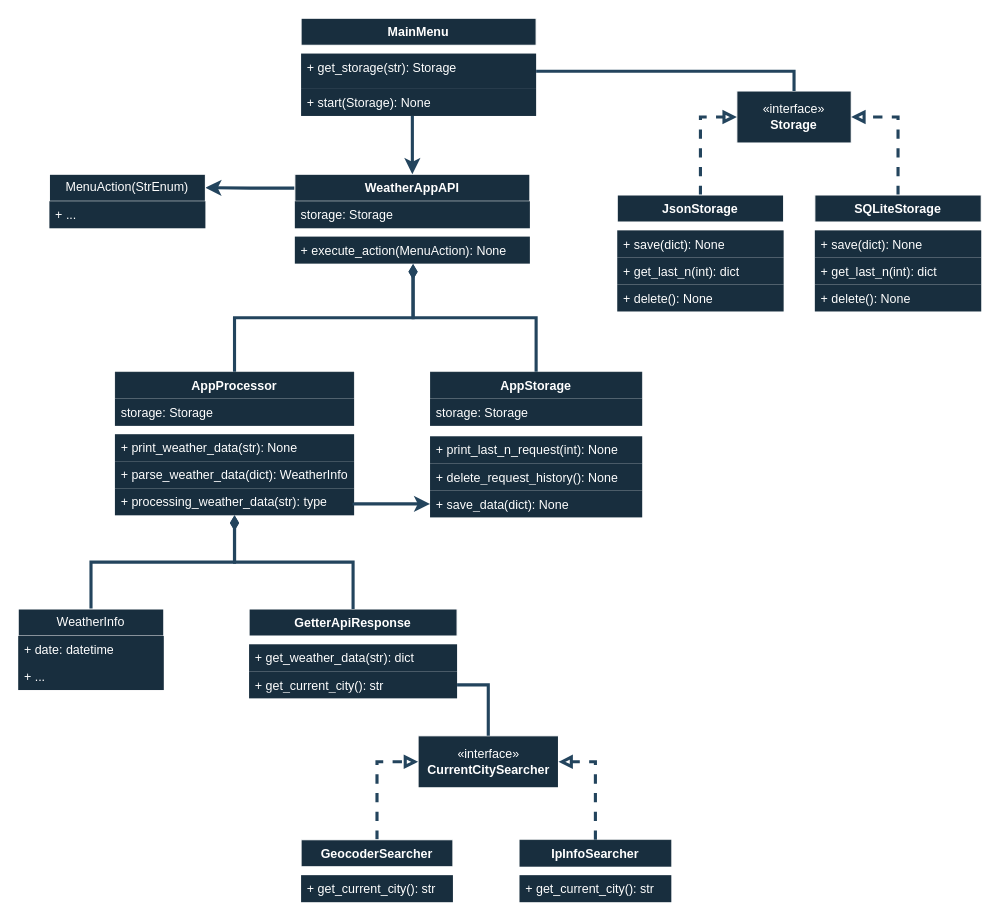
Before: page "upper_level" (2 of 5) of Weather App.drawio in CBeredIOk/Weather_App, a draw.io diagram. Source tidied: cells renumbered, new cells numbered last; positions are measured from the earlier drawing's top-left corner, leaving out a move shared by most shapes. Both pictures are drawn from the tidied source at 104%, with x=0, y=0 at pixel (18, 18).
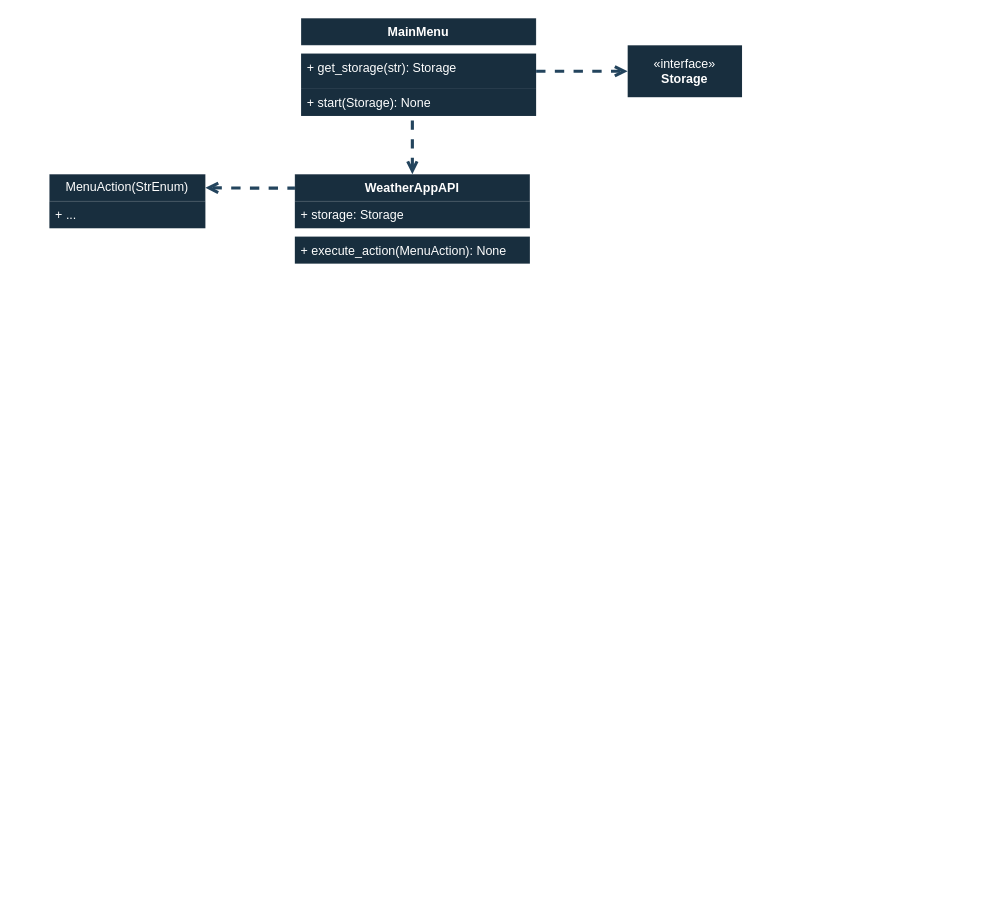
The same diagram, later.

Unchanged cells that the change refers to:
```xml
<mxCell id="4" value="+ get_storage(str): Storage" style="text;strokeColor=none;fillColor=#182E3E;align=left;verticalAlign=top;spacingLeft=4;spacingRight=4;overflow=hidden;points=[[0,0.5],[1,0.5]];portConstraint=eastwest;whiteSpace=wrap;html=1;labelBackgroundColor=none;fontColor=#FFFFFF;" parent="2" vertex="1">
  <mxGeometry y="34" width="226" height="34" as="geometry" />
</mxCell>
<mxCell id="48" value="+ execute_action(MenuAction): None" style="text;strokeColor=none;fillColor=#182E3E;align=left;verticalAlign=top;spacingLeft=4;spacingRight=4;overflow=hidden;points=[[0,0.5],[1,0.5]];portConstraint=eastwest;whiteSpace=wrap;html=1;labelBackgroundColor=none;fontColor=#FFFFFF;" parent="45" vertex="1">
  <mxGeometry y="60" width="226" height="26" as="geometry" />
</mxCell>
```

Change to the diagram source:
```diff
@@
-    <mxCell id="2" value="MainMenu" style="swimlane;fontStyle=1;align=center;verticalAlign=top;horizontal=1;startSize=26;whiteSpace=wrap;html=1;labelBackgroundColor=none;fillColor=#182E3E;strokeColor=#FFFFFF;fontColor=#FFFFFF;" parent="1" vertex="1">
+    <mxCell id="2" value="MainMenu" style="swimlane;fontStyle=1;align=center;verticalAlign=top;horizontal=1;startSize=26;whiteSpace=wrap;html=1;labelBackgroundColor=none;fillColor=#182E3E;strokeColor=#FFFFFF;fontColor=#FFFFFF;strokeWidth=0;" parent="1" vertex="1">
       <mxGeometry x="272" width="226" height="94" as="geometry" />
     </mxCell>
@@
-    <mxCell id="6" value="GetterApiResponse" style="swimlane;fontStyle=1;align=center;verticalAlign=top;horizontal=1;startSize=26;whiteSpace=wrap;html=1;labelBackgroundColor=none;fillColor=#182E3E;strokeColor=#FFFFFF;fontColor=#FFFFFF;" parent="1" vertex="1">
-      <mxGeometry x="222" y="568" width="200" height="86" as="geometry" />
-    </mxCell>
-    <mxCell id="7" style="line;strokeWidth=1;fillColor=none;align=left;verticalAlign=middle;spacingTop=-1;spacingLeft=3;spacingRight=3;labelPosition=right;strokeColor=#FFFFFF;labelBackgroundColor=none;fontColor=#FFFFFF;" parent="6" vertex="1">
-      <mxGeometry y="26" width="200" height="8" as="geometry" />
-    </mxCell>
-    <mxCell id="8" value="+ get_weather_data(str): dict" style="text;strokeColor=none;fillColor=#182E3E;align=left;verticalAlign=top;spacingLeft=4;spacingRight=4;overflow=hidden;whiteSpace=wrap;html=1;labelBackgroundColor=none;fontColor=#FFFFFF;" parent="6" vertex="1">
-      <mxGeometry y="34" width="200" height="26" as="geometry" />
-    </mxCell>
-    <mxCell id="9" value="+ get_current_city(): str" style="text;strokeColor=none;fillColor=#182E3E;align=left;verticalAlign=top;spacingLeft=4;spacingRight=4;overflow=hidden;points=[[0,0.5],[1,0.5]];portConstraint=eastwest;whiteSpace=wrap;html=1;labelBackgroundColor=none;fontColor=#FFFFFF;" parent="6" vertex="1">
-      <mxGeometry y="60" width="200" height="26" as="geometry" />
-    </mxCell>
-    <mxCell id="10" value="AppProcessor" style="swimlane;fontStyle=1;align=center;verticalAlign=top;horizontal=1;startSize=26;whiteSpace=wrap;html=1;labelBackgroundColor=none;fillColor=#182E3E;strokeColor=#FFFFFF;fontColor=#FFFFFF;strokeWidth=0;" parent="1" vertex="1">
-      <mxGeometry x="93" y="340" width="230" height="138" as="geometry" />
-    </mxCell>
-    <mxCell id="11" value="storage: Storage" style="text;strokeColor=none;fillColor=#182E3E;align=left;verticalAlign=top;spacingLeft=4;spacingRight=4;overflow=hidden;whiteSpace=wrap;html=1;labelBackgroundColor=none;fontColor=#FFFFFF;" parent="10" vertex="1">
-      <mxGeometry y="26" width="230" height="26" as="geometry" />
-    </mxCell>
-    <mxCell id="12" style="line;strokeWidth=1;fillColor=none;align=left;verticalAlign=middle;spacingTop=-1;spacingLeft=3;spacingRight=3;labelPosition=right;strokeColor=#FFFFFF;labelBackgroundColor=none;fontColor=#FFFFFF;" parent="10" vertex="1">
-      <mxGeometry y="52" width="230" height="8" as="geometry" />
-    </mxCell>
-    <mxCell id="13" value="+ print_weather_data(str): None" style="text;strokeColor=none;fillColor=#182E3E;align=left;verticalAlign=top;spacingLeft=4;spacingRight=4;overflow=hidden;whiteSpace=wrap;html=1;labelBackgroundColor=none;fontColor=#FFFFFF;" parent="10" vertex="1">
-      <mxGeometry y="60" width="230" height="26" as="geometry" />
-    </mxCell>
-    <mxCell id="14" value="+ parse_weather_data(dict): WeatherInfo" style="text;strokeColor=none;fillColor=#182E3E;align=left;verticalAlign=top;spacingLeft=4;spacingRight=4;overflow=hidden;whiteSpace=wrap;html=1;labelBackgroundColor=none;fontColor=#FFFFFF;" parent="10" vertex="1">
-      <mxGeometry y="86" width="230" height="26" as="geometry" />
-    </mxCell>
-    <mxCell id="15" value="+ processing_weather_data(str): type" style="text;strokeColor=none;fillColor=#182E3E;align=left;verticalAlign=top;spacingLeft=4;spacingRight=4;overflow=hidden;whiteSpace=wrap;html=1;labelBackgroundColor=none;fontColor=#FFFFFF;" parent="10" vertex="1">
-      <mxGeometry y="112" width="230" height="26" as="geometry" />
-    </mxCell>
-    <mxCell id="16" value="AppStorage" style="swimlane;fontStyle=1;align=center;verticalAlign=top;horizontal=1;startSize=26;whiteSpace=wrap;html=1;labelBackgroundColor=none;fillColor=#182E3E;strokeColor=#FFFFFF;fontColor=#FFFFFF;strokeWidth=0;" parent="1" vertex="1">
-      <mxGeometry x="396" y="340" width="204" height="140" as="geometry" />
-    </mxCell>
-    <mxCell id="17" value="storage: Storage" style="text;strokeColor=none;fillColor=#182E3E;align=left;verticalAlign=top;spacingLeft=4;spacingRight=4;overflow=hidden;whiteSpace=wrap;html=1;labelBackgroundColor=none;fontColor=#FFFFFF;" parent="16" vertex="1">
-      <mxGeometry y="26" width="204" height="26" as="geometry" />
-    </mxCell>
-    <mxCell id="18" style="line;strokeWidth=1;fillColor=none;align=left;verticalAlign=middle;spacingTop=-1;spacingLeft=3;spacingRight=3;labelPosition=right;strokeColor=#FFFFFF;labelBackgroundColor=none;fontColor=#FFFFFF;" parent="16" vertex="1">
-      <mxGeometry y="52" width="204" height="10" as="geometry" />
-    </mxCell>
-    <mxCell id="19" value="+ print_last_n_request(int): None" style="text;strokeColor=none;fillColor=#182E3E;align=left;verticalAlign=top;spacingLeft=4;spacingRight=4;overflow=hidden;whiteSpace=wrap;html=1;labelBackgroundColor=none;fontColor=#FFFFFF;" parent="16" vertex="1">
-      <mxGeometry y="62" width="204" height="26" as="geometry" />
-    </mxCell>
-    <mxCell id="20" value="+ delete_request_history(): None" style="text;strokeColor=none;fillColor=#182E3E;align=left;verticalAlign=top;spacingLeft=4;spacingRight=4;overflow=hidden;whiteSpace=wrap;html=1;labelBackgroundColor=none;fontColor=#FFFFFF;" parent="16" vertex="1">
-      <mxGeometry y="88" width="204" height="26" as="geometry" />
-    </mxCell>
-    <mxCell id="21" value="+ save_data(dict): None" style="text;strokeColor=none;fillColor=#182E3E;align=left;verticalAlign=top;spacingLeft=4;spacingRight=4;overflow=hidden;points=[[0,0.5],[1,0.5]];portConstraint=eastwest;whiteSpace=wrap;html=1;labelBackgroundColor=none;fontColor=#FFFFFF;" parent="16" vertex="1">
-      <mxGeometry y="114" width="204" height="26" as="geometry" />
-    </mxCell>
-    <mxCell id="22" value="«interface»&lt;br&gt;&lt;b&gt;Storage&lt;/b&gt;" style="html=1;whiteSpace=wrap;labelBackgroundColor=none;fillColor=#182E3E;strokeColor=#FFFFFF;fontColor=#FFFFFF;" parent="1" vertex="1">
-      <mxGeometry x="691" y="70" width="110" height="50" as="geometry" />
+    <mxCell id="22" value="«interface»&lt;br&gt;&lt;b&gt;Storage&lt;/b&gt;" style="html=1;whiteSpace=wrap;labelBackgroundColor=none;fillColor=#182E3E;strokeColor=#FFFFFF;fontColor=#FFFFFF;strokeWidth=0;" parent="1" vertex="1">
+      <mxGeometry x="586" y="26" width="110" height="50" as="geometry" />
     </mxCell>
-    <mxCell id="23" style="edgeStyle=orthogonalEdgeStyle;rounded=0;jettySize=auto;html=1;exitX=0.5;exitY=0;exitDx=0;exitDy=0;entryX=0;entryY=0.5;entryDx=0;entryDy=0;endArrow=block;endFill=0;dashed=1;labelBackgroundColor=none;strokeColor=#23445D;fontColor=default;strokeWidth=3;" parent="1" edge="1" source="24" target="22">
-      <mxGeometry relative="1" as="geometry" />
-    </mxCell>
-    <mxCell id="24" value="JsonStorage" style="swimlane;fontStyle=1;align=center;verticalAlign=top;horizontal=1;startSize=26;whiteSpace=wrap;html=1;labelBackgroundColor=none;fillColor=#182E3E;strokeColor=#FFFFFF;fontColor=#FFFFFF;" parent="1" vertex="1">
-      <mxGeometry x="576" y="170" width="160" height="112" as="geometry" />
-    </mxCell>
-    <mxCell id="25" style="line;strokeWidth=1;fillColor=none;align=left;verticalAlign=middle;spacingTop=-1;spacingLeft=3;spacingRight=3;labelPosition=right;strokeColor=#FFFFFF;labelBackgroundColor=none;fontColor=#FFFFFF;" parent="24" vertex="1">
-      <mxGeometry y="26" width="160" height="8" as="geometry" />
-    </mxCell>
-    <mxCell id="26" value="+ save(dict): None" style="text;strokeColor=none;fillColor=#182E3E;align=left;verticalAlign=top;spacingLeft=4;spacingRight=4;overflow=hidden;whiteSpace=wrap;html=1;labelBackgroundColor=none;fontColor=#FFFFFF;" parent="24" vertex="1">
-      <mxGeometry y="34" width="160" height="26" as="geometry" />
-    </mxCell>
-    <mxCell id="27" value="+ get_last_n(int): dict" style="text;strokeColor=none;fillColor=#182E3E;align=left;verticalAlign=top;spacingLeft=4;spacingRight=4;overflow=hidden;whiteSpace=wrap;html=1;labelBackgroundColor=none;fontColor=#FFFFFF;" parent="24" vertex="1">
-      <mxGeometry y="60" width="160" height="26" as="geometry" />
-    </mxCell>
-    <mxCell id="28" value="+ delete(): None" style="text;strokeColor=none;fillColor=#182E3E;align=left;verticalAlign=top;spacingLeft=4;spacingRight=4;overflow=hidden;whiteSpace=wrap;html=1;labelBackgroundColor=none;fontColor=#FFFFFF;" parent="24" vertex="1">
-      <mxGeometry y="86" width="160" height="26" as="geometry" />
-    </mxCell>
-    <mxCell id="29" style="edgeStyle=orthogonalEdgeStyle;rounded=0;jettySize=auto;html=1;exitX=0.5;exitY=0;exitDx=0;exitDy=0;entryX=1;entryY=0.5;entryDx=0;entryDy=0;dashed=1;endArrow=block;endFill=0;labelBackgroundColor=none;strokeColor=#23445D;fontColor=default;strokeWidth=3;" parent="1" edge="1" source="30" target="22">
-      <mxGeometry relative="1" as="geometry" />
-    </mxCell>
-    <mxCell id="30" value="SQLiteStorage" style="swimlane;fontStyle=1;align=center;verticalAlign=top;horizontal=1;startSize=26;whiteSpace=wrap;html=1;labelBackgroundColor=none;fillColor=#182E3E;strokeColor=#FFFFFF;fontColor=#FFFFFF;" parent="1" vertex="1">
-      <mxGeometry x="766" y="170" width="160" height="112" as="geometry" />
-    </mxCell>
-    <mxCell id="31" style="line;strokeWidth=1;fillColor=none;align=left;verticalAlign=middle;spacingTop=-1;spacingLeft=3;spacingRight=3;labelPosition=right;strokeColor=#FFFFFF;labelBackgroundColor=none;fontColor=#FFFFFF;" parent="30" vertex="1">
-      <mxGeometry y="26" width="160" height="8" as="geometry" />
-    </mxCell>
-    <mxCell id="32" value="+ save(dict): None" style="text;strokeColor=none;fillColor=#182E3E;align=left;verticalAlign=top;spacingLeft=4;spacingRight=4;overflow=hidden;whiteSpace=wrap;html=1;labelBackgroundColor=none;fontColor=#FFFFFF;" parent="30" vertex="1">
-      <mxGeometry y="34" width="160" height="26" as="geometry" />
-    </mxCell>
-    <mxCell id="33" value="+ get_last_n(int): dict" style="text;strokeColor=none;fillColor=#182E3E;align=left;verticalAlign=top;spacingLeft=4;spacingRight=4;overflow=hidden;whiteSpace=wrap;html=1;labelBackgroundColor=none;fontColor=#FFFFFF;" parent="30" vertex="1">
-      <mxGeometry y="60" width="160" height="26" as="geometry" />
-    </mxCell>
-    <mxCell id="34" value="+ delete(): None" style="text;strokeColor=none;fillColor=#182E3E;align=left;verticalAlign=top;spacingLeft=4;spacingRight=4;overflow=hidden;whiteSpace=wrap;html=1;labelBackgroundColor=none;fontColor=#FFFFFF;" parent="30" vertex="1">
-      <mxGeometry y="86" width="160" height="26" as="geometry" />
-    </mxCell>
-    <mxCell id="35" value="«interface»&lt;br&gt;&lt;b&gt;CurrentCitySearcher&lt;/b&gt;" style="html=1;whiteSpace=wrap;labelBackgroundColor=none;fillColor=#182E3E;strokeColor=#FFFFFF;fontColor=#FFFFFF;" parent="1" vertex="1">
-      <mxGeometry x="384.5" y="690" width="135" height="50" as="geometry" />
-    </mxCell>
-    <mxCell id="36" style="edgeStyle=orthogonalEdgeStyle;rounded=0;jettySize=auto;html=1;exitX=0.5;exitY=0;exitDx=0;exitDy=0;entryX=0;entryY=0.5;entryDx=0;entryDy=0;endArrow=block;endFill=0;dashed=1;labelBackgroundColor=none;strokeColor=#23445D;fontColor=default;strokeWidth=3;" parent="1" edge="1" source="37" target="35">
-      <mxGeometry relative="1" as="geometry" />
-    </mxCell>
-    <mxCell id="37" value="GeocoderSearcher" style="swimlane;fontStyle=1;align=center;verticalAlign=top;horizontal=1;startSize=26;whiteSpace=wrap;html=1;labelBackgroundColor=none;fillColor=#182E3E;strokeColor=#FFFFFF;fontColor=#FFFFFF;" parent="1" vertex="1">
-      <mxGeometry x="272" y="790" width="146" height="60" as="geometry" />
-    </mxCell>
-    <mxCell id="38" style="line;strokeWidth=1;fillColor=none;align=left;verticalAlign=middle;spacingTop=-1;spacingLeft=3;spacingRight=3;labelPosition=right;strokeColor=#FFFFFF;labelBackgroundColor=none;fontColor=#FFFFFF;" parent="37" vertex="1">
-      <mxGeometry y="26" width="146" height="8" as="geometry" />
-    </mxCell>
-    <mxCell id="39" value="+ get_current_city(): str" style="text;strokeColor=none;fillColor=#182E3E;align=left;verticalAlign=top;spacingLeft=4;spacingRight=4;overflow=hidden;whiteSpace=wrap;html=1;labelBackgroundColor=none;fontColor=#FFFFFF;" parent="37" vertex="1">
-      <mxGeometry y="34" width="146" height="26" as="geometry" />
-    </mxCell>
-    <mxCell id="40" style="edgeStyle=orthogonalEdgeStyle;rounded=0;jettySize=auto;html=1;exitX=0.5;exitY=0;exitDx=0;exitDy=0;entryX=1;entryY=0.5;entryDx=0;entryDy=0;dashed=1;endArrow=block;endFill=0;labelBackgroundColor=none;strokeColor=#23445D;fontColor=default;strokeWidth=3;" parent="1" edge="1" source="41" target="35">
-      <mxGeometry relative="1" as="geometry" />
-    </mxCell>
-    <mxCell id="41" value="IpInfoSearcher" style="swimlane;fontStyle=1;align=center;verticalAlign=top;horizontal=1;startSize=26;whiteSpace=wrap;html=1;labelBackgroundColor=none;fillColor=#182E3E;strokeColor=#FFFFFF;fontColor=#FFFFFF;strokeWidth=0;" parent="1" vertex="1">
-      <mxGeometry x="482" y="790" width="146" height="60" as="geometry" />
-    </mxCell>
-    <mxCell id="42" style="line;strokeWidth=1;fillColor=none;align=left;verticalAlign=middle;spacingTop=-1;spacingLeft=3;spacingRight=3;labelPosition=right;strokeColor=#FFFFFF;labelBackgroundColor=none;fontColor=#FFFFFF;" parent="41" vertex="1">
-      <mxGeometry y="26" width="146" height="8" as="geometry" />
-    </mxCell>
-    <mxCell id="43" value="+ get_current_city(): str" style="text;strokeColor=none;fillColor=#182E3E;align=left;verticalAlign=top;spacingLeft=4;spacingRight=4;overflow=hidden;whiteSpace=wrap;html=1;labelBackgroundColor=none;fontColor=#FFFFFF;" parent="41" vertex="1">
-      <mxGeometry y="34" width="146" height="26" as="geometry" />
-    </mxCell>
-    <mxCell id="44" style="edgeStyle=orthogonalEdgeStyle;rounded=0;jettySize=auto;html=1;exitX=0.008;exitY=0.156;exitDx=0;exitDy=0;entryX=1;entryY=0.25;entryDx=0;entryDy=0;labelBackgroundColor=none;strokeColor=#23445D;fontColor=default;strokeWidth=3;exitPerimeter=0;" parent="1" edge="1" source="45">
+    <mxCell id="44" style="edgeStyle=orthogonalEdgeStyle;rounded=0;jettySize=auto;html=1;exitX=0.008;exitY=0.156;exitDx=0;exitDy=0;entryX=1;entryY=0.25;entryDx=0;entryDy=0;labelBackgroundColor=none;strokeColor=#23445D;fontColor=default;strokeWidth=3;exitPerimeter=0;dashed=1;endArrow=open;endFill=0;" parent="1" edge="1" source="45">
       <mxGeometry relative="1" as="geometry">
         <mxPoint x="180" y="163" as="targetPoint" />
       </mxGeometry>
     </mxCell>
-    <mxCell id="45" value="WeatherAppAPI" style="swimlane;fontStyle=1;align=center;verticalAlign=top;horizontal=1;startSize=26;whiteSpace=wrap;html=1;labelBackgroundColor=none;fillColor=#182E3E;strokeColor=#FFFFFF;fontColor=#FFFFFF;" parent="1" vertex="1">
+    <mxCell id="45" value="WeatherAppAPI" style="swimlane;fontStyle=1;align=center;verticalAlign=top;horizontal=1;startSize=26;whiteSpace=wrap;html=1;labelBackgroundColor=none;fillColor=#182E3E;strokeColor=#FFFFFF;fontColor=#FFFFFF;strokeWidth=0;" parent="1" vertex="1">
       <mxGeometry x="266" y="150" width="226" height="86" as="geometry" />
     </mxCell>
-    <mxCell id="46" value="storage: Storage" style="text;strokeColor=none;fillColor=#182E3E;align=left;verticalAlign=top;spacingLeft=4;spacingRight=4;overflow=hidden;whiteSpace=wrap;html=1;labelBackgroundColor=none;fontColor=#FFFFFF;" parent="45" vertex="1">
+    <mxCell id="46" value="+ storage: Storage" style="text;strokeColor=none;fillColor=#182E3E;align=left;verticalAlign=top;spacingLeft=4;spacingRight=4;overflow=hidden;whiteSpace=wrap;html=1;labelBackgroundColor=none;fontColor=#FFFFFF;" parent="45" vertex="1">
       <mxGeometry y="26" width="226" height="26" as="geometry" />
     </mxCell>
@@
-    <mxCell id="49" style="edgeStyle=orthogonalEdgeStyle;rounded=0;jettySize=auto;html=1;exitX=1;exitY=0.5;exitDx=0;exitDy=0;entryX=0.5;entryY=0;entryDx=0;entryDy=0;endArrow=none;endFill=0;labelBackgroundColor=none;strokeColor=#23445D;fontColor=default;strokeWidth=3;" parent="1" edge="1" source="4" target="22">
-      <mxGeometry relative="1" as="geometry">
-        <Array as="points">
-          <mxPoint x="746" y="51" />
-        </Array>
-      </mxGeometry>
-    </mxCell>
-    <mxCell id="50" style="edgeStyle=orthogonalEdgeStyle;rounded=0;jettySize=auto;html=1;exitX=1;exitY=0.5;exitDx=0;exitDy=0;entryX=0.5;entryY=0;entryDx=0;entryDy=0;startArrow=none;startFill=0;endArrow=none;endFill=0;labelBackgroundColor=none;strokeColor=#23445D;fontColor=default;strokeWidth=3;" parent="1" edge="1" source="9" target="35">
-      <mxGeometry relative="1" as="geometry" />
-    </mxCell>
-    <mxCell id="51" style="edgeStyle=orthogonalEdgeStyle;rounded=0;jettySize=auto;html=1;exitX=0.5;exitY=0;exitDx=0;exitDy=0;endArrow=none;endFill=0;startArrow=classic;startFill=1;labelBackgroundColor=none;strokeColor=#23445D;fontColor=default;strokeWidth=3;" parent="1" edge="1" source="45">
+    <mxCell id="51" style="edgeStyle=orthogonalEdgeStyle;rounded=0;jettySize=auto;html=1;exitX=0.5;exitY=0;exitDx=0;exitDy=0;endArrow=none;endFill=0;startArrow=open;startFill=0;labelBackgroundColor=none;strokeColor=#23445D;fontColor=default;strokeWidth=3;dashed=1;" parent="1" edge="1" source="45">
       <mxGeometry relative="1" as="geometry">
         <mxPoint x="379" y="94" as="targetPoint" />
         <Array as="points">
           <mxPoint x="379" y="94" />
         </Array>
       </mxGeometry>
     </mxCell>
-    <mxCell id="52" style="edgeStyle=orthogonalEdgeStyle;rounded=0;jettySize=auto;html=1;exitX=0.5;exitY=0;exitDx=0;exitDy=0;entryX=0.503;entryY=1.015;entryDx=0;entryDy=0;entryPerimeter=0;endArrow=diamondThin;endFill=1;labelBackgroundColor=none;strokeColor=#23445D;fontColor=default;strokeWidth=3;" parent="1" edge="1" source="10" target="48">
-      <mxGeometry relative="1" as="geometry" />
-    </mxCell>
-    <mxCell id="53" style="edgeStyle=orthogonalEdgeStyle;rounded=0;jettySize=auto;html=1;exitX=0.5;exitY=0;exitDx=0;exitDy=0;entryX=0.503;entryY=1.015;entryDx=0;entryDy=0;entryPerimeter=0;endArrow=diamondThin;endFill=1;labelBackgroundColor=none;strokeColor=#23445D;fontColor=default;strokeWidth=3;" parent="1" edge="1" source="16" target="48">
-      <mxGeometry relative="1" as="geometry" />
-    </mxCell>
-    <mxCell id="54" style="edgeStyle=orthogonalEdgeStyle;rounded=0;orthogonalLoop=1;jettySize=auto;html=1;exitX=0.5;exitY=0;exitDx=0;exitDy=0;endArrow=diamondThin;endFill=1;labelBackgroundColor=none;strokeColor=#23445D;fontColor=default;strokeWidth=3;" parent="1" edge="1">
-      <mxGeometry relative="1" as="geometry">
-        <mxPoint x="70" y="568" as="sourcePoint" />
-        <mxPoint x="208" y="478" as="targetPoint" />
-        <Array as="points">
-          <mxPoint x="70" y="523" />
-          <mxPoint x="208" y="523" />
-          <mxPoint x="208" y="478" />
-        </Array>
-      </mxGeometry>
-    </mxCell>
-    <mxCell id="55" style="edgeStyle=orthogonalEdgeStyle;rounded=0;jettySize=auto;html=1;exitX=0.5;exitY=0;exitDx=0;exitDy=0;endArrow=diamondThin;endFill=1;labelBackgroundColor=none;strokeColor=#23445D;fontColor=default;strokeWidth=3;" parent="1" edge="1" source="6">
-      <mxGeometry relative="1" as="geometry">
-        <mxPoint x="208" y="478" as="targetPoint" />
-        <Array as="points">
-          <mxPoint x="322" y="523" />
-          <mxPoint x="208" y="523" />
-          <mxPoint x="208" y="478" />
-        </Array>
-      </mxGeometry>
-    </mxCell>
-    <mxCell id="56" value="MenuAction(StrEnum)" style="swimlane;fontStyle=0;horizontal=1;startSize=26;fillColor=#182E3E;whiteSpace=wrap;html=1;labelBackgroundColor=none;strokeColor=#FFFFFF;fontColor=#FFFFFF;" parent="1" vertex="1">
+    <mxCell id="56" value="MenuAction(StrEnum)" style="swimlane;fontStyle=0;horizontal=1;startSize=26;fillColor=#182E3E;whiteSpace=wrap;html=1;labelBackgroundColor=none;strokeColor=#FFFFFF;fontColor=#FFFFFF;strokeWidth=0;" parent="1" vertex="1">
       <mxGeometry x="30" y="150" width="150" height="52" as="geometry" />
     </mxCell>
@@
-    <mxCell id="58" value="WeatherInfo" style="swimlane;fontStyle=0;horizontal=1;startSize=26;fillColor=#182E3E;whiteSpace=wrap;html=1;labelBackgroundColor=none;strokeColor=#FFFFFF;fontColor=#FFFFFF;" parent="1" vertex="1">
-      <mxGeometry y="568" width="140" height="78" as="geometry" />
-    </mxCell>
-    <mxCell id="59" value="+&amp;nbsp;date: datetime" style="text;strokeColor=none;fillColor=#182E3E;align=left;verticalAlign=top;spacingLeft=4;spacingRight=4;overflow=hidden;whiteSpace=wrap;html=1;labelBackgroundColor=none;fontColor=#FFFFFF;" parent="58" vertex="1">
-      <mxGeometry y="26" width="140" height="26" as="geometry" />
-    </mxCell>
-    <mxCell id="60" value="+ ..." style="text;strokeColor=none;fillColor=#182E3E;align=left;verticalAlign=top;spacingLeft=4;spacingRight=4;overflow=hidden;whiteSpace=wrap;html=1;labelBackgroundColor=none;fontColor=#FFFFFF;" parent="58" vertex="1">
-      <mxGeometry y="52" width="140" height="26" as="geometry" />
-    </mxCell>
-    <mxCell id="61" style="edgeStyle=orthogonalEdgeStyle;rounded=0;jettySize=auto;html=1;entryX=0;entryY=0.5;entryDx=0;entryDy=0;strokeColor=#23445D;strokeWidth=3;" parent="1" edge="1" target="21">
-      <mxGeometry relative="1" as="geometry">
-        <mxPoint x="323" y="466" as="sourcePoint" />
-        <Array as="points">
-          <mxPoint x="323" y="467" />
-        </Array>
-      </mxGeometry>
-    </mxCell>
+    <mxCell id="49" style="edgeStyle=orthogonalEdgeStyle;rounded=0;jettySize=auto;html=1;exitX=1;exitY=0.5;exitDx=0;exitDy=0;entryX=0;entryY=0.5;entryDx=0;entryDy=0;strokeWidth=3;endArrow=open;endFill=0;strokeColor=#23445D;dashed=1;" parent="1" edge="1" source="4" target="22">
+      <mxGeometry relative="1" as="geometry" />
+    </mxCell>
```
